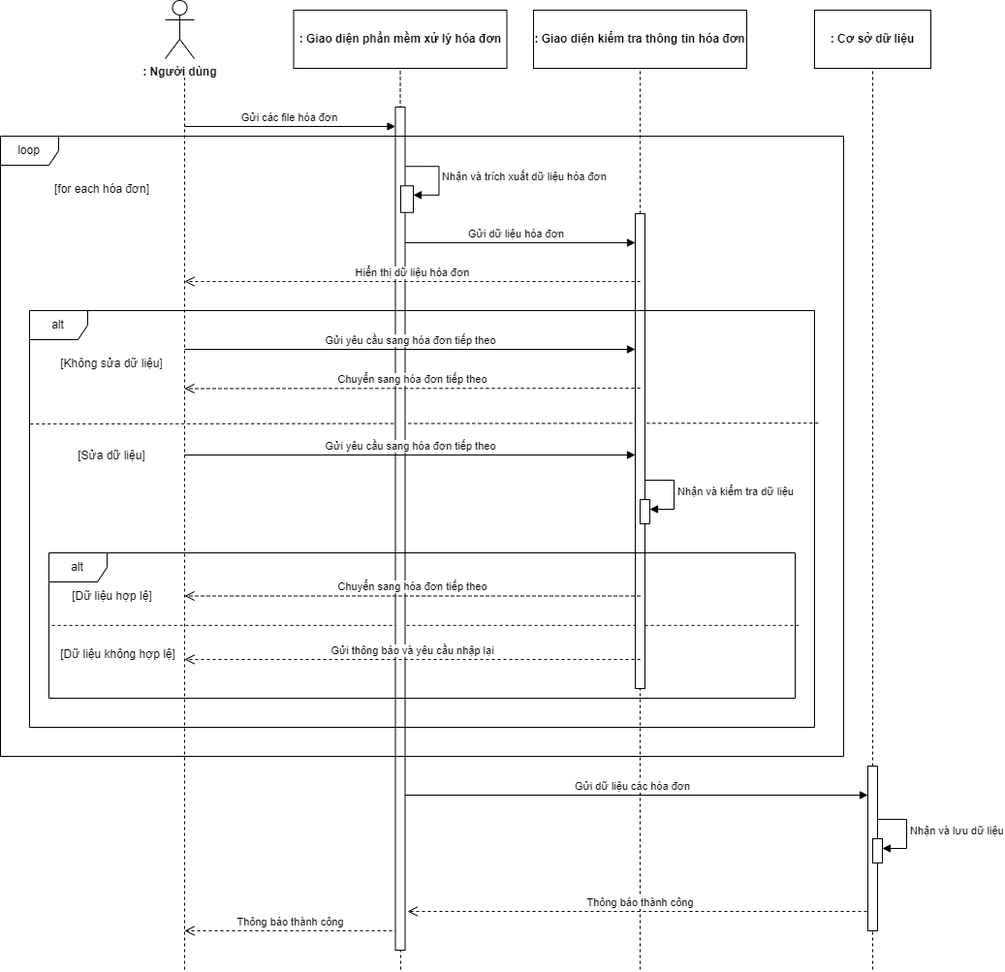
DuyNguyen2509/BillProcessingApp keeps this draw.io diagram as Ảnh trong báo cáo/biểu đồ tuần tự nhập dữ liệu hóa đơn.drawio.png. Above is the earlier version. Source tidied: cells renumbered, new cells last; positions are measured from the earlier drawing's top-left corner, leaving out a move shared by most shapes. Source of this version:
```xml
<mxGraphModel>
  <root>
    <mxCell id="0" />
    <mxCell id="1" parent="0" />
    <mxCell id="2" value=": Người dùng" style="shape=umlActor;verticalLabelPosition=bottom;verticalAlign=top;html=1;fontStyle=1;" parent="1" vertex="1">
      <mxGeometry x="170" width="30" height="60" as="geometry" />
    </mxCell>
    <mxCell id="3" value=": Giao diện phần mềm xử lý hóa đơn" style="rounded=0;whiteSpace=wrap;html=1;fontStyle=1;" parent="1" vertex="1">
      <mxGeometry x="302.5" y="10" width="220" height="60" as="geometry" />
    </mxCell>
    <mxCell id="4" value=": Cơ sở dữ liệu" style="rounded=0;whiteSpace=wrap;html=1;fontStyle=1;" parent="1" vertex="1">
      <mxGeometry x="840" y="10" width="120" height="60" as="geometry" />
    </mxCell>
    <mxCell id="5" value=": Giao diện kiểm tra thông tin hóa đơn" style="rounded=0;whiteSpace=wrap;html=1;fontStyle=1;" parent="1" vertex="1">
      <mxGeometry x="550" y="10" width="220" height="60" as="geometry" />
    </mxCell>
    <mxCell id="6" style="endArrow=none;dashed=1;html=1;rounded=0;" parent="1" edge="1">
      <mxGeometry relative="1" as="geometry">
        <mxPoint x="190" y="1000" as="sourcePoint" />
        <mxPoint x="190" y="80" as="targetPoint" />
      </mxGeometry>
    </mxCell>
    <mxCell id="7" style="endArrow=none;dashed=1;html=1;rounded=0;entryX=0.5;entryY=1;entryDx=0;entryDy=0;" parent="1" edge="1" target="3">
      <mxGeometry relative="1" as="geometry">
        <mxPoint x="413" y="1000" as="sourcePoint" />
      </mxGeometry>
    </mxCell>
    <mxCell id="8" style="endArrow=none;dashed=1;html=1;rounded=0;entryX=0.5;entryY=1;entryDx=0;entryDy=0;" parent="1" edge="1" target="5">
      <mxGeometry relative="1" as="geometry">
        <mxPoint x="660" y="1000" as="sourcePoint" />
      </mxGeometry>
    </mxCell>
    <mxCell id="9" style="endArrow=none;dashed=1;html=1;rounded=0;entryX=0.5;entryY=1;entryDx=0;entryDy=0;" parent="1" edge="1" source="24" target="4">
      <mxGeometry relative="1" as="geometry" />
    </mxCell>
    <mxCell id="10" value="Gửi các file hóa đơn" style="html=1;verticalAlign=bottom;endArrow=block;elbow=vertical;rounded=0;" parent="1" edge="1" target="29">
      <mxGeometry relative="1" as="geometry">
        <mxPoint x="190" y="130" as="sourcePoint" />
      </mxGeometry>
    </mxCell>
    <mxCell id="11" value="Gửi dữ liệu hóa đơn" style="html=1;verticalAlign=bottom;endArrow=block;elbow=vertical;rounded=0;" parent="1" edge="1" target="25">
      <mxGeometry relative="1" as="geometry">
        <mxPoint x="410" y="250" as="sourcePoint" />
      </mxGeometry>
    </mxCell>
    <mxCell id="12" value="[Không sửa dữ liệu]" style="text;html=1;strokeColor=none;fillColor=none;align=center;verticalAlign=middle;whiteSpace=wrap;rounded=0;" parent="1" vertex="1">
      <mxGeometry x="60" y="360" width="110" height="30" as="geometry" />
    </mxCell>
    <mxCell id="13" style="endArrow=none;dashed=1;html=1;rounded=0;entryX=1.005;entryY=0.27;entryDx=0;entryDy=0;entryPerimeter=0;exitX=0.001;exitY=0.272;exitDx=0;exitDy=0;exitPerimeter=0;" parent="1" edge="1" source="39" target="39">
      <mxGeometry relative="1" as="geometry" />
    </mxCell>
    <mxCell id="14" value="[Sửa dữ liệu]" style="text;html=1;strokeColor=none;fillColor=none;align=center;verticalAlign=middle;whiteSpace=wrap;rounded=0;" parent="1" vertex="1">
      <mxGeometry x="60" y="455" width="110" height="30" as="geometry" />
    </mxCell>
    <mxCell id="15" value="Nhận và kiểm tra dữ liệu" style="html=1;align=left;spacingLeft=2;endArrow=block;rounded=0;edgeStyle=orthogonalEdgeStyle;curved=0;rounded=0;" parent="1" edge="1" target="26">
      <mxGeometry relative="1" as="geometry">
        <mxPoint x="665" y="495" as="sourcePoint" />
        <Array as="points">
          <mxPoint x="695" y="525" />
        </Array>
      </mxGeometry>
    </mxCell>
    <mxCell id="16" value="[for each hóa đơn]" style="text;html=1;strokeColor=none;fillColor=none;align=center;verticalAlign=middle;whiteSpace=wrap;rounded=0;" parent="1" vertex="1">
      <mxGeometry x="50" y="180" width="110" height="30" as="geometry" />
    </mxCell>
    <mxCell id="17" style="endArrow=none;dashed=1;html=1;rounded=0;entryX=1.005;entryY=0.499;entryDx=0;entryDy=0;entryPerimeter=0;exitX=0.004;exitY=0.499;exitDx=0;exitDy=0;exitPerimeter=0;" parent="1" edge="1" source="38" target="38">
      <mxGeometry relative="1" as="geometry" />
    </mxCell>
    <mxCell id="18" value="[Dữ liệu hợp lệ]" style="text;html=1;strokeColor=none;fillColor=none;align=center;verticalAlign=middle;whiteSpace=wrap;rounded=0;" parent="1" vertex="1">
      <mxGeometry x="67.5" y="600" width="95" height="30" as="geometry" />
    </mxCell>
    <mxCell id="19" value="[Dữ liệu không hợp lệ]" style="text;html=1;strokeColor=none;fillColor=none;align=center;verticalAlign=middle;whiteSpace=wrap;rounded=0;" parent="1" vertex="1">
      <mxGeometry x="60" y="660" width="122.5" height="30" as="geometry" />
    </mxCell>
    <mxCell id="20" value="Gửi dữ liệu các hóa đơn" style="html=1;verticalAlign=bottom;endArrow=block;elbow=vertical;rounded=0;" parent="1" edge="1" target="24">
      <mxGeometry relative="1" as="geometry">
        <mxPoint x="410" y="820" as="sourcePoint" />
      </mxGeometry>
    </mxCell>
    <mxCell id="21" value="Thông báo thành công" style="html=1;verticalAlign=bottom;endArrow=open;dashed=1;endSize=8;elbow=vertical;rounded=0;" parent="1" edge="1">
      <mxGeometry relative="1" as="geometry">
        <mxPoint x="900" y="940" as="sourcePoint" />
        <mxPoint x="420" y="940" as="targetPoint" />
      </mxGeometry>
    </mxCell>
    <mxCell id="22" value="Thông báo thành công" style="html=1;verticalAlign=bottom;endArrow=open;dashed=1;endSize=8;elbow=vertical;rounded=0;" parent="1" edge="1">
      <mxGeometry relative="1" as="geometry">
        <mxPoint x="410" y="960" as="sourcePoint" />
        <mxPoint x="190" y="960" as="targetPoint" />
      </mxGeometry>
    </mxCell>
    <mxCell id="23" style="endArrow=none;dashed=1;html=1;rounded=0;entryX=0.5;entryY=1;entryDx=0;entryDy=0;" parent="1" edge="1" target="24">
      <mxGeometry relative="1" as="geometry">
        <mxPoint x="900" y="1000" as="sourcePoint" />
      </mxGeometry>
    </mxCell>
    <mxCell id="24" style="html=1;points=[];perimeter=orthogonalPerimeter;outlineConnect=0;targetShapes=umlLifeline;portConstraint=eastwest;newEdgeStyle={&quot;edgeStyle&quot;:&quot;elbowEdgeStyle&quot;,&quot;elbow&quot;:&quot;vertical&quot;,&quot;curved&quot;:0,&quot;rounded&quot;:0};" parent="1" vertex="1">
      <mxGeometry x="895" y="790" width="10" height="170" as="geometry" />
    </mxCell>
    <mxCell id="25" style="html=1;points=[];perimeter=orthogonalPerimeter;outlineConnect=0;targetShapes=umlLifeline;portConstraint=eastwest;newEdgeStyle={&quot;edgeStyle&quot;:&quot;elbowEdgeStyle&quot;,&quot;elbow&quot;:&quot;vertical&quot;,&quot;curved&quot;:0,&quot;rounded&quot;:0};" parent="1" vertex="1">
      <mxGeometry x="655" y="220" width="10" height="490" as="geometry" />
    </mxCell>
    <mxCell id="26" style="html=1;points=[];perimeter=orthogonalPerimeter;outlineConnect=0;targetShapes=umlLifeline;portConstraint=eastwest;newEdgeStyle={&quot;edgeStyle&quot;:&quot;elbowEdgeStyle&quot;,&quot;elbow&quot;:&quot;vertical&quot;,&quot;curved&quot;:0,&quot;rounded&quot;:0};" parent="1" vertex="1">
      <mxGeometry x="660" y="515" width="10" height="25" as="geometry" />
    </mxCell>
    <mxCell id="27" value="Nhận và lưu dữ liệu" style="html=1;align=left;spacingLeft=2;endArrow=block;rounded=0;edgeStyle=orthogonalEdgeStyle;curved=0;rounded=0;" parent="1" edge="1" target="28">
      <mxGeometry relative="1" as="geometry">
        <mxPoint x="905" y="845" as="sourcePoint" />
        <Array as="points">
          <mxPoint x="935" y="875" />
        </Array>
      </mxGeometry>
    </mxCell>
    <mxCell id="28" style="html=1;points=[];perimeter=orthogonalPerimeter;outlineConnect=0;targetShapes=umlLifeline;portConstraint=eastwest;newEdgeStyle={&quot;edgeStyle&quot;:&quot;elbowEdgeStyle&quot;,&quot;elbow&quot;:&quot;vertical&quot;,&quot;curved&quot;:0,&quot;rounded&quot;:0};" parent="1" vertex="1">
      <mxGeometry x="900" y="865" width="10" height="25" as="geometry" />
    </mxCell>
    <mxCell id="29" style="html=1;points=[];perimeter=orthogonalPerimeter;outlineConnect=0;targetShapes=umlLifeline;portConstraint=eastwest;newEdgeStyle={&quot;edgeStyle&quot;:&quot;elbowEdgeStyle&quot;,&quot;elbow&quot;:&quot;vertical&quot;,&quot;curved&quot;:0,&quot;rounded&quot;:0};" parent="1" vertex="1">
      <mxGeometry x="407.5" y="110" width="10" height="870" as="geometry" />
    </mxCell>
    <mxCell id="30" value="Gửi thông báo và yêu cầu nhập lại" style="html=1;verticalAlign=bottom;endArrow=open;dashed=1;endSize=8;elbow=vertical;rounded=0;" parent="1" edge="1">
      <mxGeometry relative="1" as="geometry">
        <mxPoint x="660" y="680" as="sourcePoint" />
        <mxPoint x="190" y="680" as="targetPoint" />
        <Array as="points">
          <mxPoint x="430" y="680" />
        </Array>
      </mxGeometry>
    </mxCell>
    <mxCell id="31" value="Chuyển sang hóa đơn tiếp theo" style="html=1;verticalAlign=bottom;endArrow=open;dashed=1;endSize=8;elbow=vertical;rounded=0;" parent="1" edge="1">
      <mxGeometry relative="1" as="geometry">
        <mxPoint x="660" y="614.5" as="sourcePoint" />
        <mxPoint x="190" y="614.5" as="targetPoint" />
        <Array as="points">
          <mxPoint x="430" y="614.5" />
        </Array>
      </mxGeometry>
    </mxCell>
    <mxCell id="32" value="Gửi yêu cầu sang hóa đơn tiếp theo" style="html=1;verticalAlign=bottom;endArrow=block;elbow=vertical;rounded=0;" parent="1" edge="1" target="25">
      <mxGeometry relative="1" as="geometry">
        <mxPoint x="190" y="360" as="sourcePoint" />
      </mxGeometry>
    </mxCell>
    <mxCell id="33" value="Gửi yêu cầu sang hóa đơn tiếp theo" style="html=1;verticalAlign=bottom;endArrow=block;elbow=vertical;rounded=0;" parent="1" edge="1" target="25">
      <mxGeometry relative="1" as="geometry">
        <mxPoint x="190" y="469" as="sourcePoint" />
      </mxGeometry>
    </mxCell>
    <mxCell id="34" value="Chuyển sang hóa đơn tiếp theo" style="html=1;verticalAlign=bottom;endArrow=open;dashed=1;endSize=8;edgeStyle=elbowEdgeStyle;elbow=vertical;curved=0;rounded=0;" parent="1" edge="1">
      <mxGeometry relative="1" as="geometry">
        <mxPoint x="660" y="400.1" as="sourcePoint" />
        <mxPoint x="190" y="400.1" as="targetPoint" />
      </mxGeometry>
    </mxCell>
    <mxCell id="35" value="Hiển thị dữ liệu hóa đơn" style="html=1;verticalAlign=bottom;endArrow=open;dashed=1;endSize=8;elbow=vertical;rounded=0;" parent="1" edge="1">
      <mxGeometry relative="1" as="geometry">
        <mxPoint x="660" y="290" as="sourcePoint" />
        <mxPoint x="190" y="290" as="targetPoint" />
      </mxGeometry>
    </mxCell>
    <mxCell id="36" value="Nhận và trích xuất dữ liệu hóa đơn" style="html=1;align=left;spacingLeft=2;endArrow=block;rounded=0;edgeStyle=orthogonalEdgeStyle;curved=0;rounded=0;" parent="1" edge="1" target="37">
      <mxGeometry relative="1" as="geometry">
        <mxPoint x="418" y="171.2" as="sourcePoint" />
        <Array as="points">
          <mxPoint x="452.5" y="170.8" />
          <mxPoint x="452.5" y="200.8" />
        </Array>
      </mxGeometry>
    </mxCell>
    <mxCell id="37" style="html=1;points=[];perimeter=orthogonalPerimeter;outlineConnect=0;targetShapes=umlLifeline;portConstraint=eastwest;newEdgeStyle={&quot;edgeStyle&quot;:&quot;elbowEdgeStyle&quot;,&quot;elbow&quot;:&quot;vertical&quot;,&quot;curved&quot;:0,&quot;rounded&quot;:0};" parent="1" vertex="1">
      <mxGeometry x="413" y="191.3" width="13" height="27.5" as="geometry" />
    </mxCell>
    <mxCell id="38" value="alt" style="shape=umlFrame;whiteSpace=wrap;html=1;" parent="1" vertex="1">
      <mxGeometry x="50" y="570" width="770" height="150" as="geometry" />
    </mxCell>
    <mxCell id="39" value="&lt;span&gt;alt&lt;/span&gt;" style="shape=umlFrame;whiteSpace=wrap;html=1;fontStyle=0;" parent="1" vertex="1">
      <mxGeometry x="30" y="320" width="810" height="430" as="geometry" />
    </mxCell>
    <mxCell id="40" value="loop" style="shape=umlFrame;whiteSpace=wrap;html=1;" parent="1" vertex="1">
      <mxGeometry y="140" width="870" height="640" as="geometry" />
    </mxCell>
  </root>
</mxGraphModel>
```
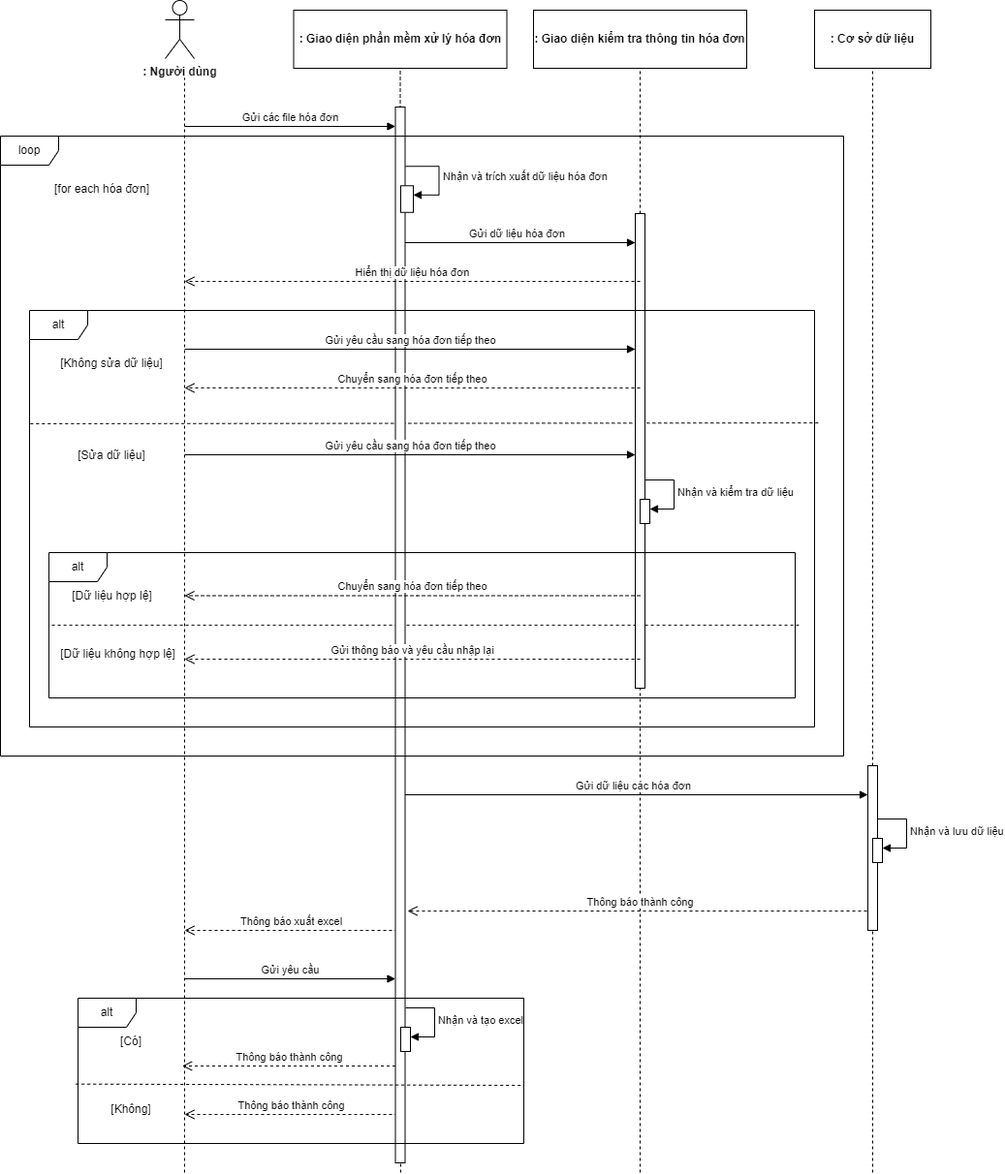
Above is the later version.

Diff of the diagram source:
```diff
@@ -2,6 +2,12 @@
   <root>
     <mxCell id="0" />
     <mxCell id="1" parent="0" />
+    <mxCell id="41" value="Thông báo thành công" style="html=1;verticalAlign=bottom;endArrow=open;dashed=1;endSize=8;elbow=vertical;rounded=0;" parent="1" edge="1">
+      <mxGeometry relative="1" as="geometry">
+        <mxPoint x="410" y="1150" as="sourcePoint" />
+        <mxPoint x="190" y="1150" as="targetPoint" />
+      </mxGeometry>
+    </mxCell>
     <mxCell id="2" value=": Người dùng" style="shape=umlActor;verticalLabelPosition=bottom;verticalAlign=top;html=1;fontStyle=1;" parent="1" vertex="1">
       <mxGeometry x="170" width="30" height="60" as="geometry" />
     </mxCell>
@@ -16,18 +22,18 @@
     </mxCell>
     <mxCell id="6" style="endArrow=none;dashed=1;html=1;rounded=0;" parent="1" edge="1">
       <mxGeometry relative="1" as="geometry">
-        <mxPoint x="190" y="1000" as="sourcePoint" />
+        <mxPoint x="190" y="1210" as="sourcePoint" />
         <mxPoint x="190" y="80" as="targetPoint" />
       </mxGeometry>
     </mxCell>
     <mxCell id="7" style="endArrow=none;dashed=1;html=1;rounded=0;entryX=0.5;entryY=1;entryDx=0;entryDy=0;" parent="1" edge="1" target="3">
       <mxGeometry relative="1" as="geometry">
-        <mxPoint x="413" y="1000" as="sourcePoint" />
+        <mxPoint x="413" y="1210" as="sourcePoint" />
       </mxGeometry>
     </mxCell>
     <mxCell id="8" style="endArrow=none;dashed=1;html=1;rounded=0;entryX=0.5;entryY=1;entryDx=0;entryDy=0;" parent="1" edge="1" target="5">
       <mxGeometry relative="1" as="geometry">
-        <mxPoint x="660" y="1000" as="sourcePoint" />
+        <mxPoint x="660" y="1210" as="sourcePoint" />
       </mxGeometry>
     </mxCell>
     <mxCell id="9" style="endArrow=none;dashed=1;html=1;rounded=0;entryX=0.5;entryY=1;entryDx=0;entryDy=0;" parent="1" edge="1" source="24" target="4">
@@ -83,7 +89,7 @@
         <mxPoint x="420" y="940" as="targetPoint" />
       </mxGeometry>
     </mxCell>
-    <mxCell id="22" value="Thông báo thành công" style="html=1;verticalAlign=bottom;endArrow=open;dashed=1;endSize=8;elbow=vertical;rounded=0;" parent="1" edge="1">
+    <mxCell id="22" value="Thông báo xuất excel" style="html=1;verticalAlign=bottom;endArrow=open;dashed=1;endSize=8;elbow=vertical;rounded=0;" parent="1" edge="1">
       <mxGeometry relative="1" as="geometry">
         <mxPoint x="410" y="960" as="sourcePoint" />
         <mxPoint x="190" y="960" as="targetPoint" />
@@ -91,7 +97,7 @@
     </mxCell>
     <mxCell id="23" style="endArrow=none;dashed=1;html=1;rounded=0;entryX=0.5;entryY=1;entryDx=0;entryDy=0;" parent="1" edge="1" target="24">
       <mxGeometry relative="1" as="geometry">
-        <mxPoint x="900" y="1000" as="sourcePoint" />
+        <mxPoint x="900" y="1210" as="sourcePoint" />
       </mxGeometry>
     </mxCell>
     <mxCell id="24" style="html=1;points=[];perimeter=orthogonalPerimeter;outlineConnect=0;targetShapes=umlLifeline;portConstraint=eastwest;newEdgeStyle={&quot;edgeStyle&quot;:&quot;elbowEdgeStyle&quot;,&quot;elbow&quot;:&quot;vertical&quot;,&quot;curved&quot;:0,&quot;rounded&quot;:0};" parent="1" vertex="1">
@@ -115,7 +121,7 @@
       <mxGeometry x="900" y="865" width="10" height="25" as="geometry" />
     </mxCell>
     <mxCell id="29" style="html=1;points=[];perimeter=orthogonalPerimeter;outlineConnect=0;targetShapes=umlLifeline;portConstraint=eastwest;newEdgeStyle={&quot;edgeStyle&quot;:&quot;elbowEdgeStyle&quot;,&quot;elbow&quot;:&quot;vertical&quot;,&quot;curved&quot;:0,&quot;rounded&quot;:0};" parent="1" vertex="1">
-      <mxGeometry x="407.5" y="110" width="10" height="870" as="geometry" />
+      <mxGeometry x="407.5" y="110" width="10" height="1090" as="geometry" />
     </mxCell>
     <mxCell id="30" value="Gửi thông báo và yêu cầu nhập lại" style="html=1;verticalAlign=bottom;endArrow=open;dashed=1;endSize=8;elbow=vertical;rounded=0;" parent="1" edge="1">
       <mxGeometry relative="1" as="geometry">
@@ -178,5 +184,42 @@
     <mxCell id="40" value="loop" style="shape=umlFrame;whiteSpace=wrap;html=1;" parent="1" vertex="1">
       <mxGeometry y="140" width="870" height="640" as="geometry" />
     </mxCell>
+    <mxCell id="42" value="Gửi yêu cầu" style="html=1;verticalAlign=bottom;endArrow=block;elbow=vertical;rounded=0;" parent="1" edge="1">
+      <mxGeometry relative="1" as="geometry">
+        <mxPoint x="189.5" y="1010" as="sourcePoint" />
+        <mxPoint x="407.5" y="1010" as="targetPoint" />
+      </mxGeometry>
+    </mxCell>
+    <mxCell id="43" value="&lt;span&gt;alt&lt;/span&gt;" style="shape=umlFrame;whiteSpace=wrap;html=1;fontStyle=0;" parent="1" vertex="1">
+      <mxGeometry x="80" y="1030" width="460" height="150" as="geometry" />
+    </mxCell>
+    <mxCell id="44" value="[Có]" style="text;html=1;strokeColor=none;fillColor=none;align=center;verticalAlign=middle;whiteSpace=wrap;rounded=0;" parent="1" vertex="1">
+      <mxGeometry x="80" y="1060" width="110" height="30" as="geometry" />
+    </mxCell>
+    <mxCell id="45" value="Thông báo thành công" style="html=1;verticalAlign=bottom;endArrow=open;dashed=1;endSize=8;elbow=vertical;rounded=0;" parent="1" edge="1">
+      <mxGeometry relative="1" as="geometry">
+        <mxPoint x="407.5" y="1100" as="sourcePoint" />
+        <mxPoint x="187.5" y="1100" as="targetPoint" />
+      </mxGeometry>
+    </mxCell>
+    <mxCell id="46" value="Nhận và tạo excel" style="html=1;align=left;spacingLeft=2;endArrow=block;rounded=0;edgeStyle=orthogonalEdgeStyle;curved=0;rounded=0;" parent="1" edge="1" target="47">
+      <mxGeometry relative="1" as="geometry">
+        <mxPoint x="418" y="1040" as="sourcePoint" />
+        <Array as="points">
+          <mxPoint x="448" y="1070" />
+        </Array>
+      </mxGeometry>
+    </mxCell>
+    <mxCell id="47" style="html=1;points=[];perimeter=orthogonalPerimeter;outlineConnect=0;targetShapes=umlLifeline;portConstraint=eastwest;newEdgeStyle={&quot;edgeStyle&quot;:&quot;elbowEdgeStyle&quot;,&quot;elbow&quot;:&quot;vertical&quot;,&quot;curved&quot;:0,&quot;rounded&quot;:0};" parent="1" vertex="1">
+      <mxGeometry x="413" y="1060" width="10" height="25" as="geometry" />
+    </mxCell>
+    <mxCell id="48" style="endArrow=none;dashed=1;html=1;rounded=0;exitX=-0.005;exitY=0.591;exitDx=0;exitDy=0;exitPerimeter=0;" parent="1" edge="1" source="43">
+      <mxGeometry relative="1" as="geometry">
+        <mxPoint x="540" y="1120" as="targetPoint" />
+      </mxGeometry>
+    </mxCell>
+    <mxCell id="49" value="[Không]" style="text;html=1;strokeColor=none;fillColor=none;align=center;verticalAlign=middle;whiteSpace=wrap;rounded=0;" parent="1" vertex="1">
+      <mxGeometry x="80" y="1130" width="110" height="30" as="geometry" />
+    </mxCell>
   </root>
 </mxGraphModel>
```
